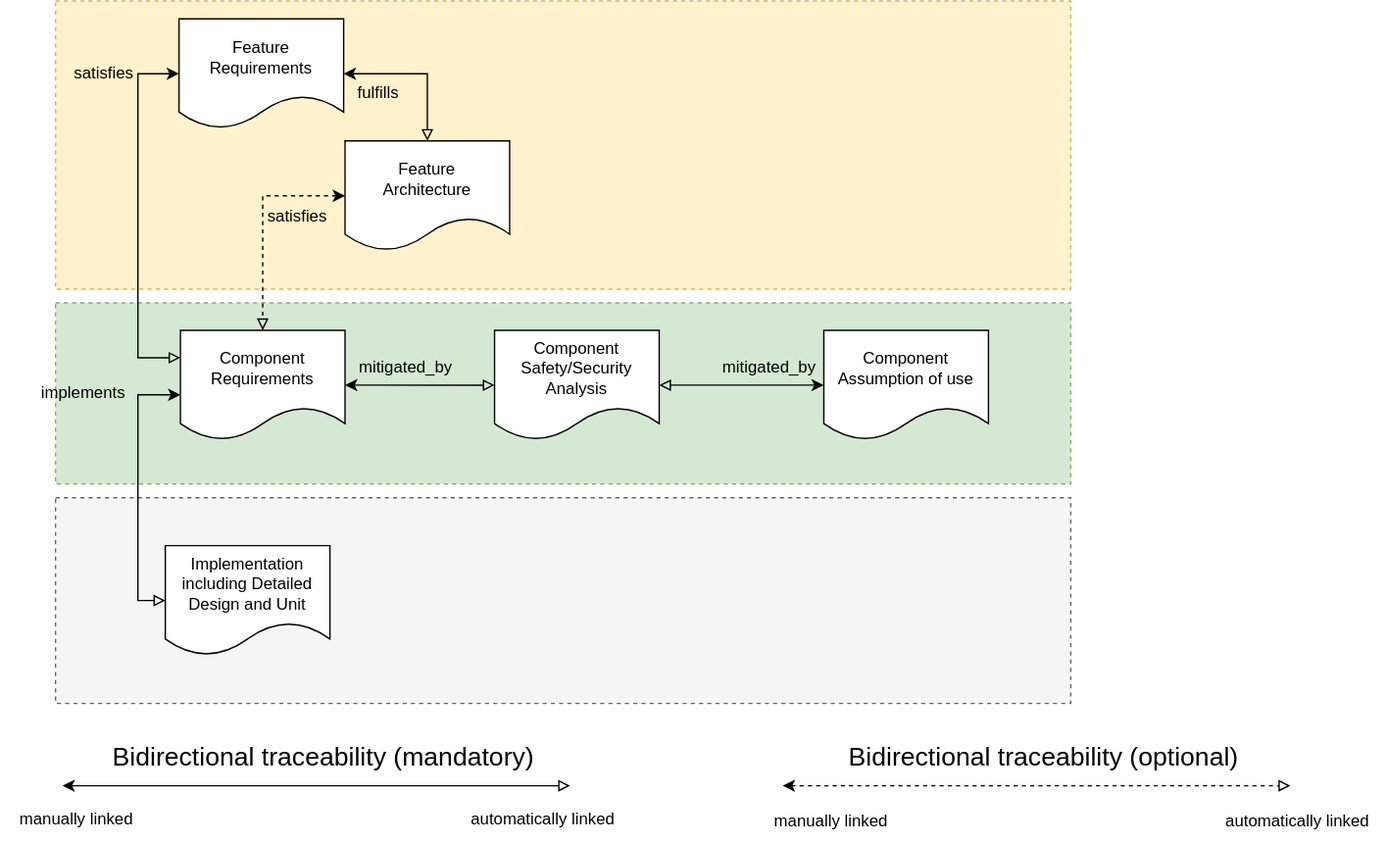
eclipse-score/process_description keeps this draw.io diagram as process/general_concepts/_assets/score_traceability_model_cmp_overview_3.drawio.svg. Above is the earlier version. Source tidied: cells renumbered, new cells last; positions are measured from the earlier drawing's top-left corner, leaving out a move shared by most shapes.
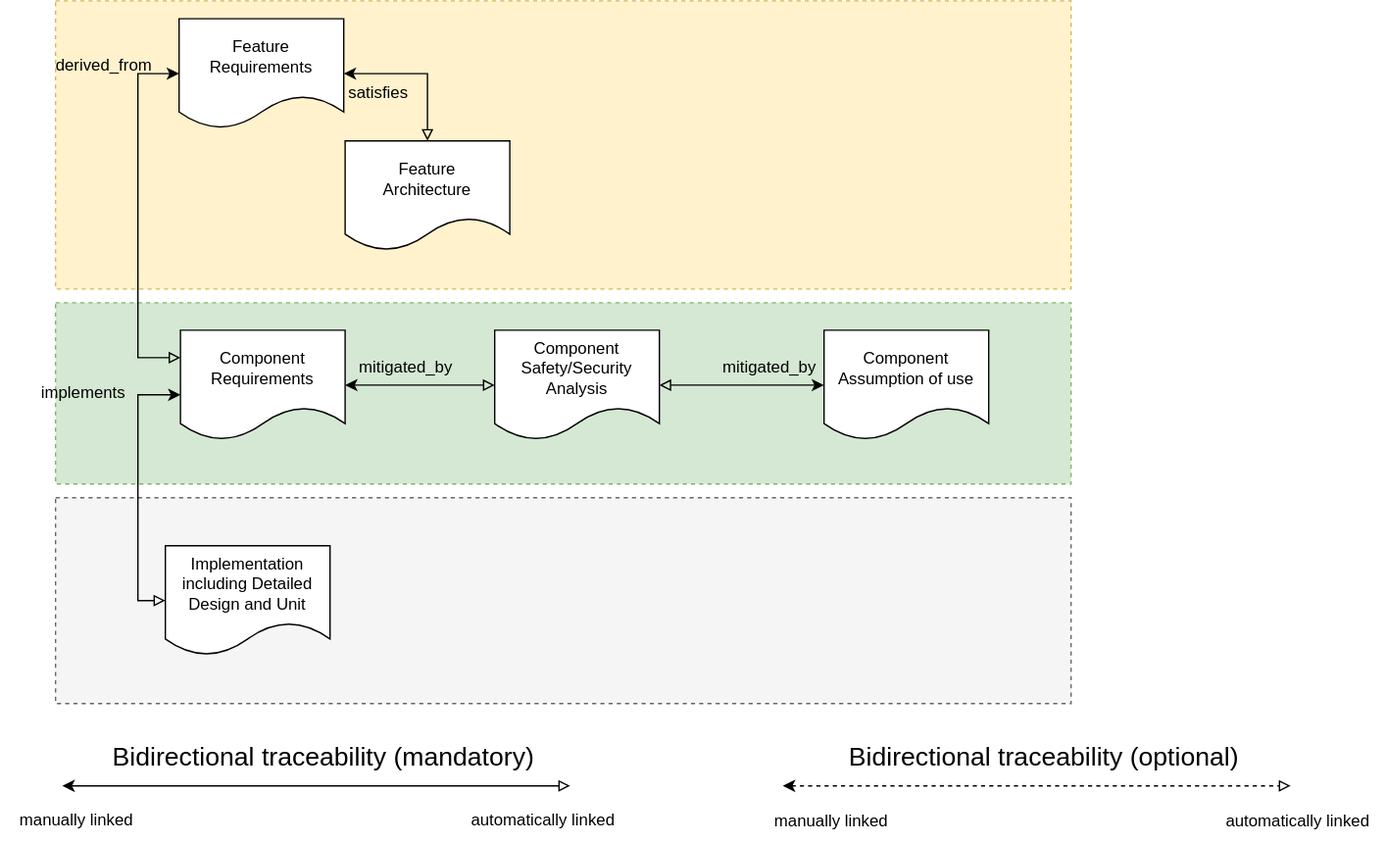
The same diagram one commit later.

Change to the diagram source:
```diff
@@ -42,9 +42,6 @@
     <mxCell id="11" style="edgeStyle=orthogonalEdgeStyle;rounded=0;jettySize=auto;html=1;startArrow=classic;startFill=1;entryX=1;entryY=0.5;entryDx=0;entryDy=0;exitX=0;exitY=0.5;exitDx=0;exitDy=0;endArrow=block;endFill=0;" parent="1" edge="1" source="4" target="10">
       <mxGeometry relative="1" as="geometry" />
     </mxCell>
-    <mxCell id="12" style="edgeStyle=orthogonalEdgeStyle;rounded=0;jettySize=auto;html=1;entryX=0.5;entryY=0;entryDx=0;entryDy=0;startArrow=classic;startFill=1;exitX=0;exitY=0.5;exitDx=0;exitDy=0;dashed=1;endArrow=block;endFill=0;" parent="1" edge="1" source="13" target="8">
-      <mxGeometry relative="1" as="geometry" />
-    </mxCell>
     <mxCell id="13" value="Feature&lt;br&gt;Architecture" style="shape=document;whiteSpace=wrap;html=1;boundedLbl=1;" parent="1" vertex="1">
       <mxGeometry x="251" y="102" width="120" height="80" as="geometry" />
     </mxCell>
@@ -99,15 +96,12 @@
     <mxCell id="26" value="implements" style="text;html=1;align=center;verticalAlign=middle;strokeColor=none;fillColor=none;" parent="1" vertex="1">
       <mxGeometry x="20" y="271" width="80" height="30" as="geometry" />
     </mxCell>
-    <mxCell id="27" value="satisfies" style="text;html=1;align=center;verticalAlign=middle;strokeColor=none;fillColor=none;" parent="1" vertex="1">
-      <mxGeometry x="40" y="38" width="70" height="30" as="geometry" />
+    <mxCell id="27" value="derived_from" style="text;html=1;align=center;verticalAlign=middle;strokeColor=none;fillColor=none;" parent="1" vertex="1">
+      <mxGeometry x="30" y="32" width="90" height="30" as="geometry" />
     </mxCell>
-    <mxCell id="28" value="fulfills" style="text;html=1;align=center;verticalAlign=middle;strokeColor=none;fillColor=none;" parent="1" vertex="1">
-      <mxGeometry x="250" y="52" width="50" height="30" as="geometry" />
+    <mxCell id="28" value="satisfies" style="text;html=1;align=center;verticalAlign=middle;strokeColor=none;fillColor=none;" parent="1" vertex="1">
+      <mxGeometry x="240" y="52" width="70" height="30" as="geometry" />
     </mxCell>
-    <mxCell id="29" value="satisfies" style="text;html=1;align=center;verticalAlign=middle;strokeColor=none;fillColor=none;" parent="1" vertex="1">
-      <mxGeometry x="181" y="142" width="70" height="30" as="geometry" />
-    </mxCell>
     <mxCell id="30" value="mitigated_by" style="text;html=1;align=center;verticalAlign=middle;strokeColor=none;fillColor=none;" parent="1" vertex="1">
       <mxGeometry x="250" y="252" width="90" height="30" as="geometry" />
     </mxCell>
```
